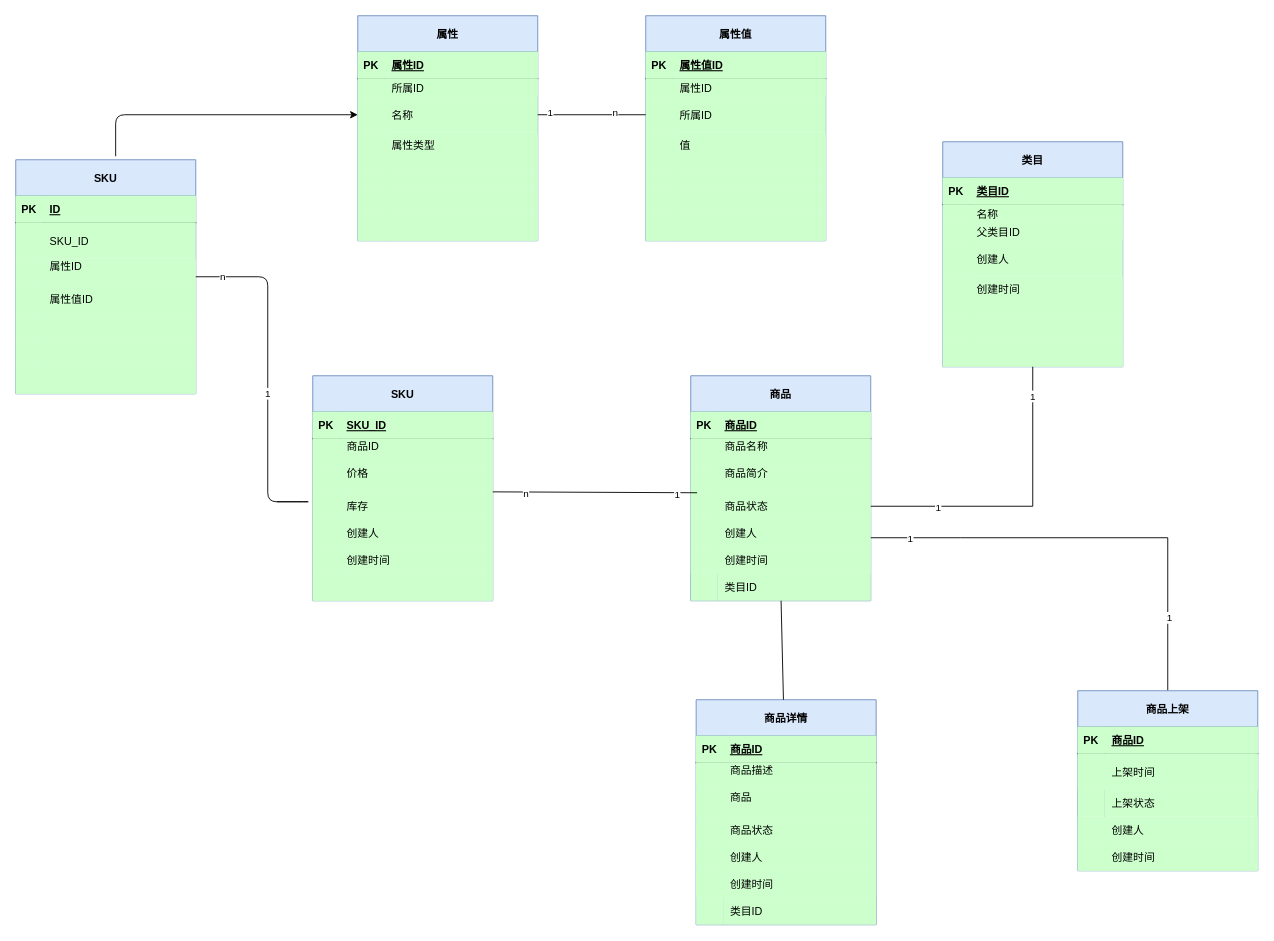
Before: 商品能力.drawio in linxiaofan/linhenghui, a draw.io diagram. Source tidied: cells renumbered, new cells numbered last; positions are measured from the earlier drawing's top-left corner, leaving out a move shared by most shapes. Both pictures are drawn from the tidied source at 90%, with x=0, y=0 at pixel (15, 15).
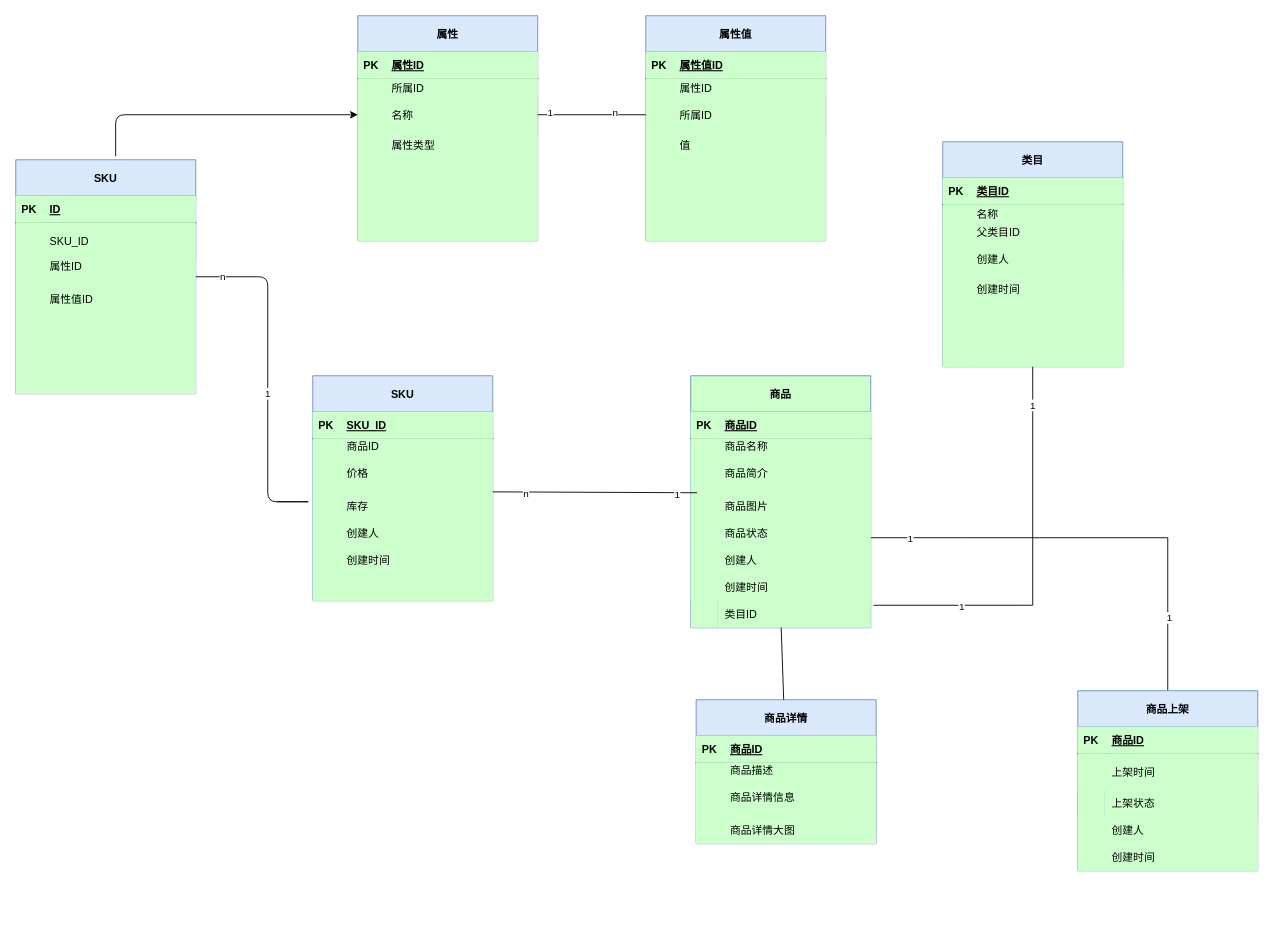
The same diagram, later.

Commit message:
更新商品能力.drawio

The change refers to these unchanged cells:
```xml
<mxCell id="122" value="类目" style="shape=table;startSize=40;childLayout=tableLayout;rowLines=0;fontStyle=1;align=center;fillColor=#dae8fc;strokeColor=#6c8ebf;" parent="1" vertex="1">
  <mxGeometry x="1030" y="140" width="200" height="250" as="geometry" />
</mxCell>
<mxCell id="173" style="shape=partialRectangle;top=0;left=0;bottom=0;right=0;fillColor=#CCFFCC;" parent="166" vertex="1">
  <mxGeometry y="100" width="200" height="30" as="geometry" />
</mxCell>
<mxCell id="176" style="shape=partialRectangle;top=0;left=0;bottom=0;right=0;fillColor=#CCFFCC;" parent="166" vertex="1">
  <mxGeometry y="130" width="200" height="30" as="geometry" />
</mxCell>
```

Change to the diagram source:
```diff
@@
-    <mxCell id="25" value="商品" style="shape=table;startSize=40;childLayout=tableLayout;rowLines=0;fontStyle=1;align=center;fillColor=#dae8fc;strokeColor=#6c8ebf;" parent="1" vertex="1">
-      <mxGeometry x="750" y="400" width="200" height="250" as="geometry" />
+    <mxCell id="25" value="商品" style="shape=table;startSize=40;childLayout=tableLayout;rowLines=0;fontStyle=1;align=center;strokeColor=#6c8ebf;fillColor=#CCFFCC;" parent="1" vertex="1">
+      <mxGeometry x="750" y="400" width="200" height="280" as="geometry" />
     </mxCell>
@@
+    <mxCell id="189" style="shape=partialRectangle;top=0;left=0;bottom=0;right=0;fillColor=#CCFFCC;" parent="25" vertex="1">
+      <mxGeometry y="130" width="200" height="30" as="geometry" />
+    </mxCell>
+    <mxCell id="190" style="shape=partialRectangle;top=0;left=0;bottom=0;right=0;overflow=hidden;fillColor=#CCFFCC;" parent="189" vertex="1">
+      <mxGeometry width="30" height="30" as="geometry" />
+    </mxCell>
+    <mxCell id="191" value="商品图片" style="shape=partialRectangle;top=0;left=0;bottom=0;right=0;align=left;spacingLeft=6;overflow=hidden;fillColor=#CCFFCC;" parent="189" vertex="1">
+      <mxGeometry x="30" width="170" height="30" as="geometry" />
+    </mxCell>
     <mxCell id="35" style="shape=partialRectangle;top=0;left=0;bottom=0;right=0;points=[[0,0.5],[1,0.5]];portConstraint=eastwest;fillColor=#CCFFCC;" parent="25" vertex="1">
-      <mxGeometry y="130" width="200" height="30" as="geometry" />
+      <mxGeometry y="160" width="200" height="30" as="geometry" />
     </mxCell>
@@
     <mxCell id="38" style="shape=partialRectangle;top=0;left=0;bottom=0;right=0;fillColor=#CCFFCC;" parent="25" vertex="1">
-      <mxGeometry y="160" width="200" height="30" as="geometry" />
+      <mxGeometry y="190" width="200" height="30" as="geometry" />
     </mxCell>
@@
     <mxCell id="41" style="shape=partialRectangle;top=0;left=0;bottom=0;right=0;fillColor=#CCFFCC;" parent="25" vertex="1">
-      <mxGeometry y="190" width="200" height="30" as="geometry" />
+      <mxGeometry y="220" width="200" height="30" as="geometry" />
     </mxCell>
@@
     <mxCell id="44" style="shape=partialRectangle;fillColor=none;top=0;left=0;bottom=0;right=0;points=[[0,0.5],[1,0.5]];portConstraint=eastwest;strokeWidth=1;align=left;" parent="25" vertex="1">
-      <mxGeometry y="220" width="200" height="30" as="geometry" />
+      <mxGeometry y="250" width="200" height="30" as="geometry" />
     </mxCell>
@@
-    <mxCell id="144" style="endArrow=none;html=1;rounded=0;entryX=0.5;entryY=1;entryDx=0;entryDy=0;" parent="1" edge="1" source="35" target="122">
+    <mxCell id="144" style="endArrow=none;html=1;rounded=0;entryX=0.5;entryY=1;entryDx=0;entryDy=0;exitX=1.015;exitY=0.167;exitDx=0;exitDy=0;exitPerimeter=0;" parent="1" edge="1" source="44" target="122">
       <mxGeometry relative="1" as="geometry">
         <Array as="points">
-          <mxPoint x="1130" y="545" />
+          <mxPoint x="1130" y="655" />
         </Array>
       </mxGeometry>
     </mxCell>
@@
     <mxCell id="166" value="商品详情" style="shape=table;startSize=40;childLayout=tableLayout;rowLines=0;fontStyle=1;align=center;fillColor=#dae8fc;strokeColor=#6c8ebf;" parent="1" vertex="1">
-      <mxGeometry x="756" y="760" width="200" height="250" as="geometry" />
+      <mxGeometry x="756" y="760" width="200" height="160" as="geometry" />
     </mxCell>
@@
-    <mxCell id="175" value="商品&#10;" style="shape=partialRectangle;top=0;left=0;bottom=0;right=0;align=left;spacingLeft=6;overflow=hidden;fillColor=#CCFFCC;" parent="173" vertex="1">
+    <mxCell id="175" value="商品详情信息&#10;" style="shape=partialRectangle;top=0;left=0;bottom=0;right=0;align=left;spacingLeft=6;overflow=hidden;fillColor=#CCFFCC;" parent="173" vertex="1">
       <mxGeometry x="30" width="170" height="30" as="geometry" />
     </mxCell>
@@
-    <mxCell id="178" value="商品状态" style="shape=partialRectangle;top=0;left=0;bottom=0;right=0;align=left;spacingLeft=6;overflow=hidden;fillColor=#CCFFCC;" parent="176" vertex="1">
+    <mxCell id="178" value="商品详情大图" style="shape=partialRectangle;top=0;left=0;bottom=0;right=0;align=left;spacingLeft=6;overflow=hidden;fillColor=#CCFFCC;" parent="176" vertex="1">
       <mxGeometry x="30" width="170" height="30" as="geometry" />
     </mxCell>
-    <mxCell id="179" style="shape=partialRectangle;top=0;left=0;bottom=0;right=0;fillColor=#CCFFCC;" parent="166" vertex="1">
-      <mxGeometry y="160" width="200" height="30" as="geometry" />
-    </mxCell>
-    <mxCell id="180" style="shape=partialRectangle;top=0;left=0;bottom=0;right=0;overflow=hidden;fillColor=#CCFFCC;" parent="179" vertex="1">
-      <mxGeometry width="30" height="30" as="geometry" />
-    </mxCell>
-    <mxCell id="181" value="创建人" style="shape=partialRectangle;top=0;left=0;bottom=0;right=0;align=left;spacingLeft=6;overflow=hidden;fillColor=#CCFFCC;" parent="179" vertex="1">
-      <mxGeometry x="30" width="170" height="30" as="geometry" />
-    </mxCell>
-    <mxCell id="182" style="shape=partialRectangle;top=0;left=0;bottom=0;right=0;fillColor=#CCFFCC;" parent="166" vertex="1">
-      <mxGeometry y="190" width="200" height="30" as="geometry" />
-    </mxCell>
-    <mxCell id="183" style="shape=partialRectangle;top=0;left=0;bottom=0;right=0;overflow=hidden;fillColor=#CCFFCC;" parent="182" vertex="1">
-      <mxGeometry width="30" height="30" as="geometry" />
-    </mxCell>
-    <mxCell id="184" value="创建时间" style="shape=partialRectangle;top=0;left=0;bottom=0;right=0;align=left;spacingLeft=6;overflow=hidden;fillColor=#CCFFCC;" parent="182" vertex="1">
-      <mxGeometry x="30" width="170" height="30" as="geometry" />
-    </mxCell>
-    <mxCell id="185" style="shape=partialRectangle;fillColor=none;top=0;left=0;bottom=0;right=0;strokeWidth=1;align=left;" parent="166" vertex="1">
-      <mxGeometry y="220" width="200" height="30" as="geometry" />
-    </mxCell>
-    <mxCell id="186" style="shape=partialRectangle;top=0;left=0;bottom=0;right=0;overflow=hidden;fillColor=#CCFFCC;" parent="185" vertex="1">
-      <mxGeometry width="30" height="30" as="geometry" />
-    </mxCell>
-    <mxCell id="187" value="类目ID" style="shape=partialRectangle;top=0;left=0;bottom=0;right=0;align=left;spacingLeft=6;overflow=hidden;strokeColor=#82b366;fillColor=#CCFFCC;" parent="185" vertex="1">
-      <mxGeometry x="30" width="170" height="30" as="geometry" />
-    </mxCell>
```
